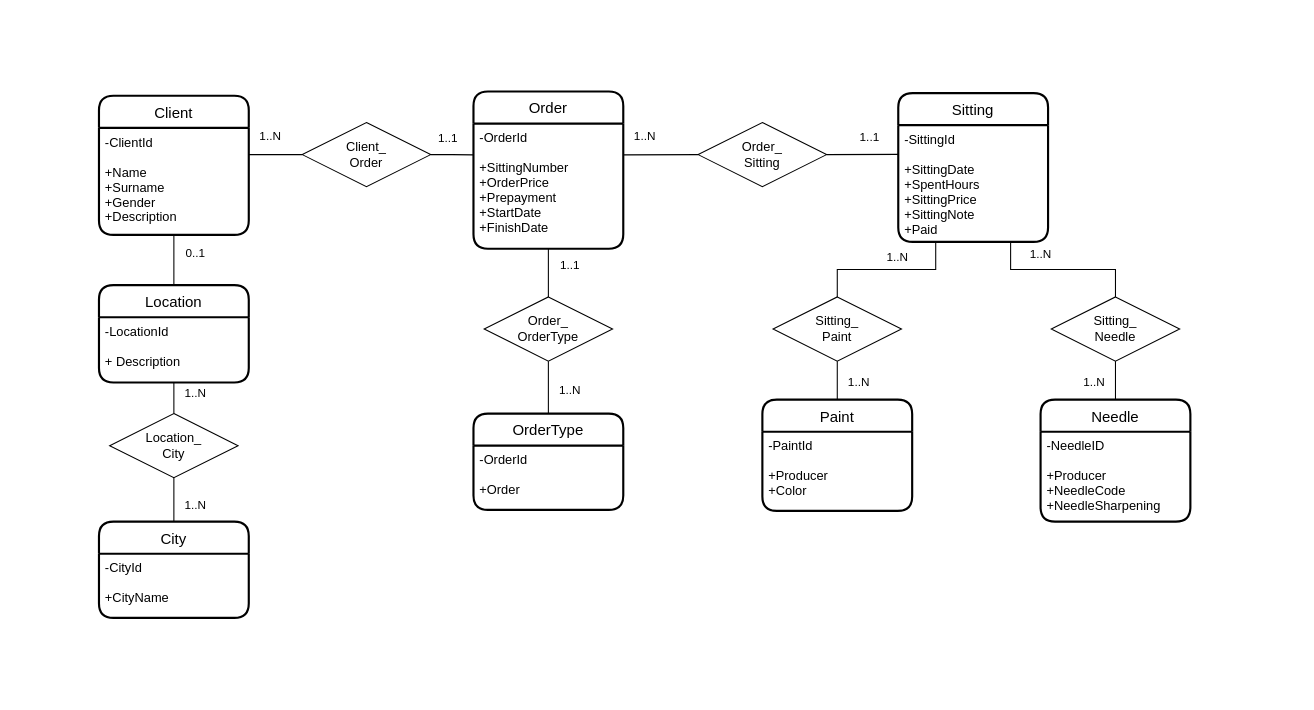
The draw.io diagram src/main/resources/database/EntityRelationship/MaxTattooER.drawio in Anathan24/MaxTattoo, before the edit. Source tidied: cells renumbered, new cells numbered last; positions are measured from the earlier drawing's top-left corner, leaving out a move shared by most shapes. Both pictures are drawn from the tidied source at 107%, with x=0, y=0 at pixel (29, 18).
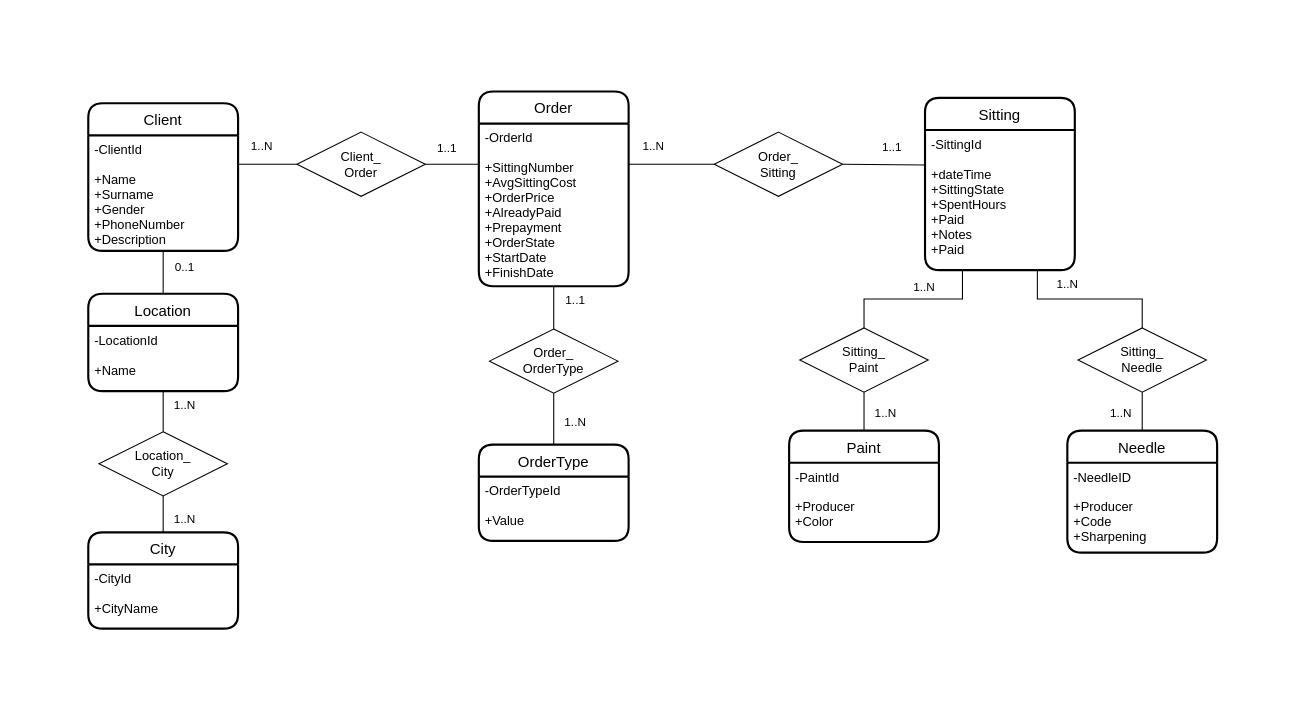
The same page after the edit.

Commit message (it also covers changes not shown here):
Aggiornamento schemi ER

The edit, as a diff of the source:
```diff
@@
     <mxCell id="4" value="Client" style="swimlane;horizontal=1;startSize=30;rounded=1;fontSize=14;fontStyle=0;strokeWidth=2;shadow=0;dashed=0;align=center;" parent="1" vertex="1">
-      <mxGeometry x="65" y="72" width="140" height="130" as="geometry" />
+      <mxGeometry x="55" y="79" width="140" height="138" as="geometry" />
     </mxCell>
-    <mxCell id="5" value="-ClientId&#10;&#10;+Name&#10;+Surname&#10;+Gender&#10;+Description" style="align=left;strokeColor=none;fillColor=none;spacingLeft=4;fontSize=12;verticalAlign=top;" parent="4" vertex="1">
-      <mxGeometry y="30" width="140" height="100" as="geometry" />
+    <mxCell id="5" value="-ClientId&#10;&#10;+Name&#10;+Surname&#10;+Gender&#10;+PhoneNumber&#10;+Description" style="align=left;strokeColor=none;fillColor=none;spacingLeft=4;fontSize=12;verticalAlign=top;" parent="4" vertex="1">
+      <mxGeometry y="30" width="140" height="108" as="geometry" />
     </mxCell>
     <mxCell id="6" value="Sitting" style="swimlane;horizontal=1;startSize=30;rounded=1;fontSize=14;fontStyle=0;strokeWidth=2;shadow=0;dashed=0;align=center;" parent="1" vertex="1">
-      <mxGeometry x="812" y="69.5" width="140" height="139" as="geometry" />
+      <mxGeometry x="837" y="74" width="140" height="161" as="geometry" />
     </mxCell>
-    <mxCell id="7" value="-SittingId&#10;&#10;+SittingDate&#10;+SpentHours&#10;+SittingPrice&#10;+SittingNote&#10;+Paid" style="align=left;strokeColor=none;fillColor=none;spacingLeft=4;fontSize=12;verticalAlign=top;" parent="6" vertex="1">
-      <mxGeometry y="30" width="140" height="109" as="geometry" />
+    <mxCell id="7" value="-SittingId&#10;&#10;+dateTime&#10;+SittingState&#10;+SpentHours&#10;+Paid&#10;+Notes&#10;+Paid" style="align=left;strokeColor=none;fillColor=none;spacingLeft=4;fontSize=12;verticalAlign=top;" parent="6" vertex="1">
+      <mxGeometry y="30" width="140" height="131" as="geometry" />
     </mxCell>
     <mxCell id="8" value="Order" style="swimlane;horizontal=1;startSize=30;rounded=1;fontSize=14;fontStyle=0;strokeWidth=2;shadow=0;dashed=0;align=center;" parent="1" vertex="1">
-      <mxGeometry x="415" y="68" width="140" height="147" as="geometry" />
+      <mxGeometry x="420" y="68" width="140" height="182" as="geometry" />
     </mxCell>
-    <mxCell id="9" value="-OrderId&#10;&#10;+SittingNumber&#10;+OrderPrice&#10;+Prepayment&#10;+StartDate&#10;+FinishDate" style="align=left;strokeColor=none;fillColor=none;spacingLeft=4;fontSize=12;verticalAlign=top;" parent="8" vertex="1">
-      <mxGeometry y="30" width="140" height="117" as="geometry" />
+    <mxCell id="9" value="-OrderId&#10;&#10;+SittingNumber&#10;+AvgSittingCost&#10;+OrderPrice&#10;+AlreadyPaid&#10;+Prepayment&#10;+OrderState&#10;+StartDate&#10;+FinishDate" style="align=left;strokeColor=none;fillColor=none;spacingLeft=4;fontSize=12;verticalAlign=top;" parent="8" vertex="1">
+      <mxGeometry y="30" width="140" height="152" as="geometry" />
     </mxCell>
     <mxCell id="10" value="Order_&lt;br&gt;Sitting" style="shape=rhombus;perimeter=rhombusPerimeter;whiteSpace=wrap;html=1;align=center;" parent="1" vertex="1">
-      <mxGeometry x="625" y="97" width="120" height="60" as="geometry" />
+      <mxGeometry x="640" y="106" width="120" height="60" as="geometry" />
     </mxCell>
     <mxCell id="11" value="Client_&lt;br&gt;Order" style="shape=rhombus;perimeter=rhombusPerimeter;whiteSpace=wrap;html=1;align=center;" parent="1" vertex="1">
-      <mxGeometry x="255" y="97" width="120" height="60" as="geometry" />
+      <mxGeometry x="250" y="106" width="120" height="60" as="geometry" />
     </mxCell>
@@
-    <mxCell id="13" value="1..N" style="endArrow=none;html=1;rounded=0;entryX=0;entryY=0.5;entryDx=0;entryDy=0;exitX=1;exitY=0.25;exitDx=0;exitDy=0;" parent="1" edge="1" source="9" target="10">
+    <mxCell id="13" value="1..N" style="endArrow=none;html=1;rounded=0;exitX=1;exitY=0.25;exitDx=0;exitDy=0;entryX=0;entryY=0.5;entryDx=0;entryDy=0;" parent="1" edge="1" source="9" target="10">
       <mxGeometry x="-0.43" y="17" relative="1" as="geometry" />
     </mxCell>
     <mxCell id="14" value="City" style="swimlane;horizontal=1;startSize=30;rounded=1;fontSize=14;fontStyle=0;strokeWidth=2;shadow=0;dashed=0;align=center;" parent="1" vertex="1">
-      <mxGeometry x="65" y="470" width="140" height="90" as="geometry" />
+      <mxGeometry x="55" y="480" width="140" height="90" as="geometry" />
     </mxCell>
@@
     <mxCell id="18" value="Paint" style="swimlane;horizontal=1;startSize=30;rounded=1;fontSize=14;fontStyle=0;strokeWidth=2;shadow=0;dashed=0;align=center;" parent="1" vertex="1">
-      <mxGeometry x="685" y="356" width="140" height="104" as="geometry" />
+      <mxGeometry x="710" y="385" width="140" height="104" as="geometry" />
     </mxCell>
@@
     <mxCell id="20" value="Needle" style="swimlane;horizontal=1;startSize=30;rounded=1;fontSize=14;fontStyle=0;strokeWidth=2;shadow=0;dashed=0;align=center;" parent="1" vertex="1">
-      <mxGeometry x="945" y="356" width="140" height="114" as="geometry" />
+      <mxGeometry x="970" y="385" width="140" height="114" as="geometry" />
     </mxCell>
-    <mxCell id="21" value="-NeedleID&#10;&#10;+Producer&#10;+NeedleCode&#10;+NeedleSharpening" style="align=left;strokeColor=none;fillColor=none;spacingLeft=4;fontSize=12;verticalAlign=top;" parent="20" vertex="1">
+    <mxCell id="21" value="-NeedleID&#10;&#10;+Producer&#10;+Code&#10;+Sharpening" style="align=left;strokeColor=none;fillColor=none;spacingLeft=4;fontSize=12;verticalAlign=top;" parent="20" vertex="1">
       <mxGeometry y="30" width="140" height="84" as="geometry" />
     </mxCell>
     <mxCell id="22" value="Sitting_&lt;br&gt;Paint" style="shape=rhombus;perimeter=rhombusPerimeter;whiteSpace=wrap;html=1;align=center;" parent="1" vertex="1">
-      <mxGeometry x="695" y="260" width="120" height="60" as="geometry" />
+      <mxGeometry x="720" y="289" width="120" height="60" as="geometry" />
     </mxCell>
     <mxCell id="23" value="Sitting_&lt;br&gt;Needle" style="shape=rhombus;perimeter=rhombusPerimeter;whiteSpace=wrap;html=1;align=center;" parent="1" vertex="1">
-      <mxGeometry x="955" y="260" width="120" height="60" as="geometry" />
+      <mxGeometry x="980" y="289" width="120" height="60" as="geometry" />
     </mxCell>
@@
     <mxCell id="28" value="OrderType" style="swimlane;horizontal=1;startSize=30;rounded=1;fontSize=14;fontStyle=0;strokeWidth=2;shadow=0;dashed=0;align=center;" parent="1" vertex="1">
-      <mxGeometry x="415" y="369" width="140" height="90" as="geometry" />
+      <mxGeometry x="420" y="398" width="140" height="90" as="geometry" />
     </mxCell>
-    <mxCell id="29" value="-OrderId&#10;&#10;+Order" style="align=left;strokeColor=none;fillColor=none;spacingLeft=4;fontSize=12;verticalAlign=top;" parent="28" vertex="1">
+    <mxCell id="29" value="-OrderTypeId&#10;&#10;+Value" style="align=left;strokeColor=none;fillColor=none;spacingLeft=4;fontSize=12;verticalAlign=top;" parent="28" vertex="1">
       <mxGeometry y="30" width="140" height="60" as="geometry" />
     </mxCell>
     <mxCell id="30" value="Order_&lt;br&gt;OrderType" style="shape=rhombus;perimeter=rhombusPerimeter;whiteSpace=wrap;html=1;align=center;" parent="1" vertex="1">
-      <mxGeometry x="425" y="260" width="120" height="60" as="geometry" />
+      <mxGeometry x="430" y="290" width="120" height="60" as="geometry" />
     </mxCell>
@@
     <mxCell id="33" value="&amp;nbsp;" style="text;html=1;align=center;verticalAlign=middle;" parent="1" vertex="1">
-      <mxGeometry x="1139" y="280" width="20" height="20" as="geometry" />
+      <mxGeometry x="1164" y="309" width="20" height="20" as="geometry" />
     </mxCell>
     <mxCell id="34" value="&amp;nbsp;" style="text;html=1;align=center;verticalAlign=middle;" parent="1" vertex="1">
-      <mxGeometry x="585" y="610" width="20" height="20" as="geometry" />
+      <mxGeometry x="575" y="610" width="20" height="20" as="geometry" />
     </mxCell>
     <mxCell id="35" value="&amp;nbsp;" style="text;html=1;align=center;verticalAlign=middle;" parent="1" vertex="1">
-      <mxGeometry y="280" width="20" height="20" as="geometry" />
+      <mxGeometry x="-10" y="280" width="20" height="20" as="geometry" />
     </mxCell>
     <mxCell id="36" value="&amp;nbsp;" style="text;html=1;align=center;verticalAlign=middle;" parent="1" vertex="1">
-      <mxGeometry x="565" width="20" height="20" as="geometry" />
+      <mxGeometry x="555" width="20" height="20" as="geometry" />
     </mxCell>
     <mxCell id="37" value="Location" style="swimlane;horizontal=1;startSize=30;rounded=1;fontSize=14;fontStyle=0;strokeWidth=2;shadow=0;dashed=0;align=center;" parent="1" vertex="1">
-      <mxGeometry x="65" y="249" width="140" height="91" as="geometry" />
+      <mxGeometry x="55" y="257" width="140" height="91" as="geometry" />
     </mxCell>
-    <mxCell id="38" value="-LocationId&#10;&#10;+ Description" style="align=left;strokeColor=none;fillColor=none;spacingLeft=4;fontSize=12;verticalAlign=top;" parent="37" vertex="1">
+    <mxCell id="38" value="-LocationId&#10;&#10;+Name" style="align=left;strokeColor=none;fillColor=none;spacingLeft=4;fontSize=12;verticalAlign=top;" parent="37" vertex="1">
       <mxGeometry y="30" width="140" height="61" as="geometry" />
     </mxCell>
     <mxCell id="39" value="Location_&lt;br&gt;City" style="shape=rhombus;perimeter=rhombusPerimeter;whiteSpace=wrap;html=1;align=center;" parent="1" vertex="1">
-      <mxGeometry x="75" y="369" width="120" height="60" as="geometry" />
+      <mxGeometry x="65" y="386" width="120" height="60" as="geometry" />
     </mxCell>
```
